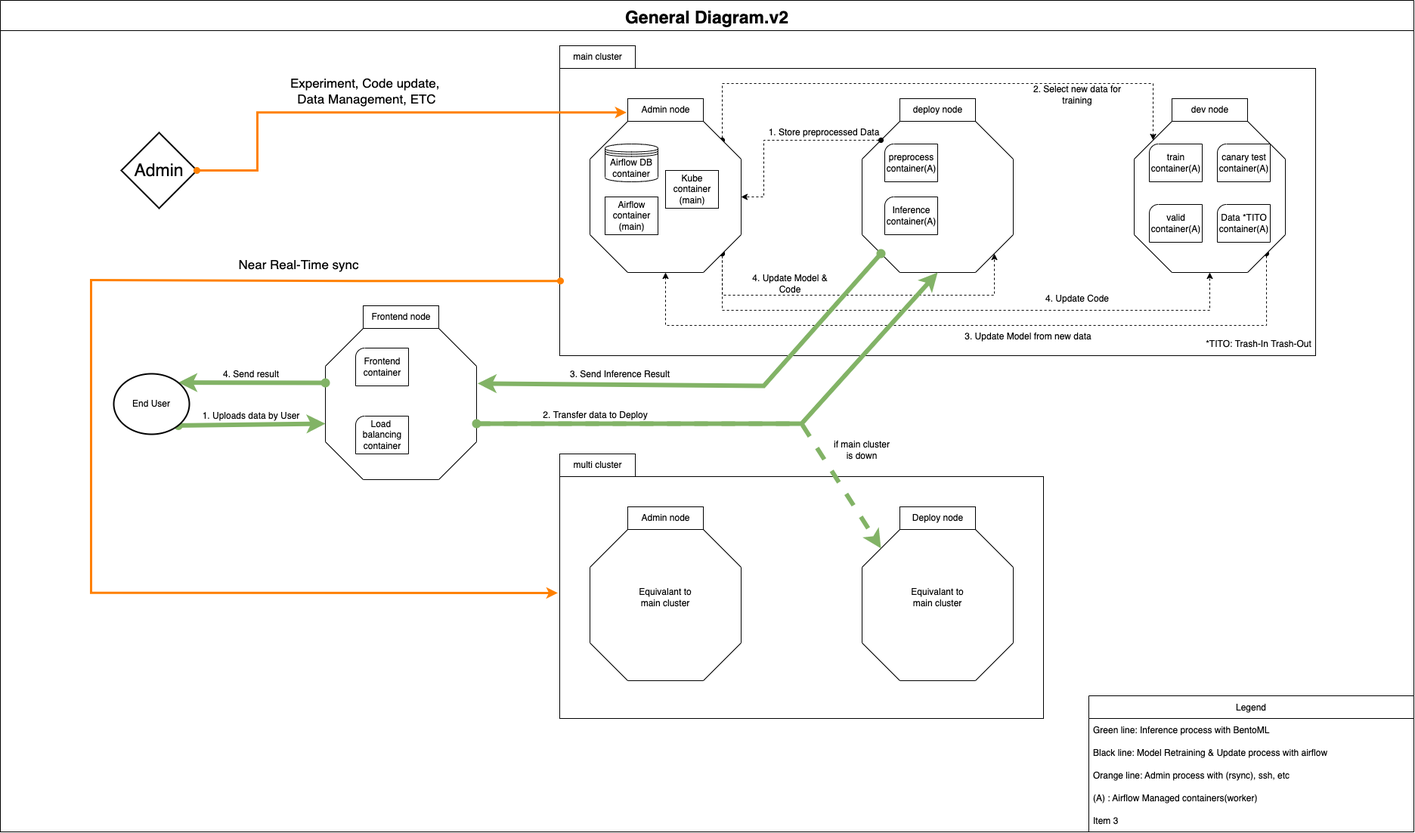
Above: resources/documents/General.v2.png in kmouleejunhyuk/MarchHare (draw.io), before the change. Source tidied: cells renumbered, new cells last; positions are measured from the earlier drawing's top-left corner, leaving out a move shared by most shapes.
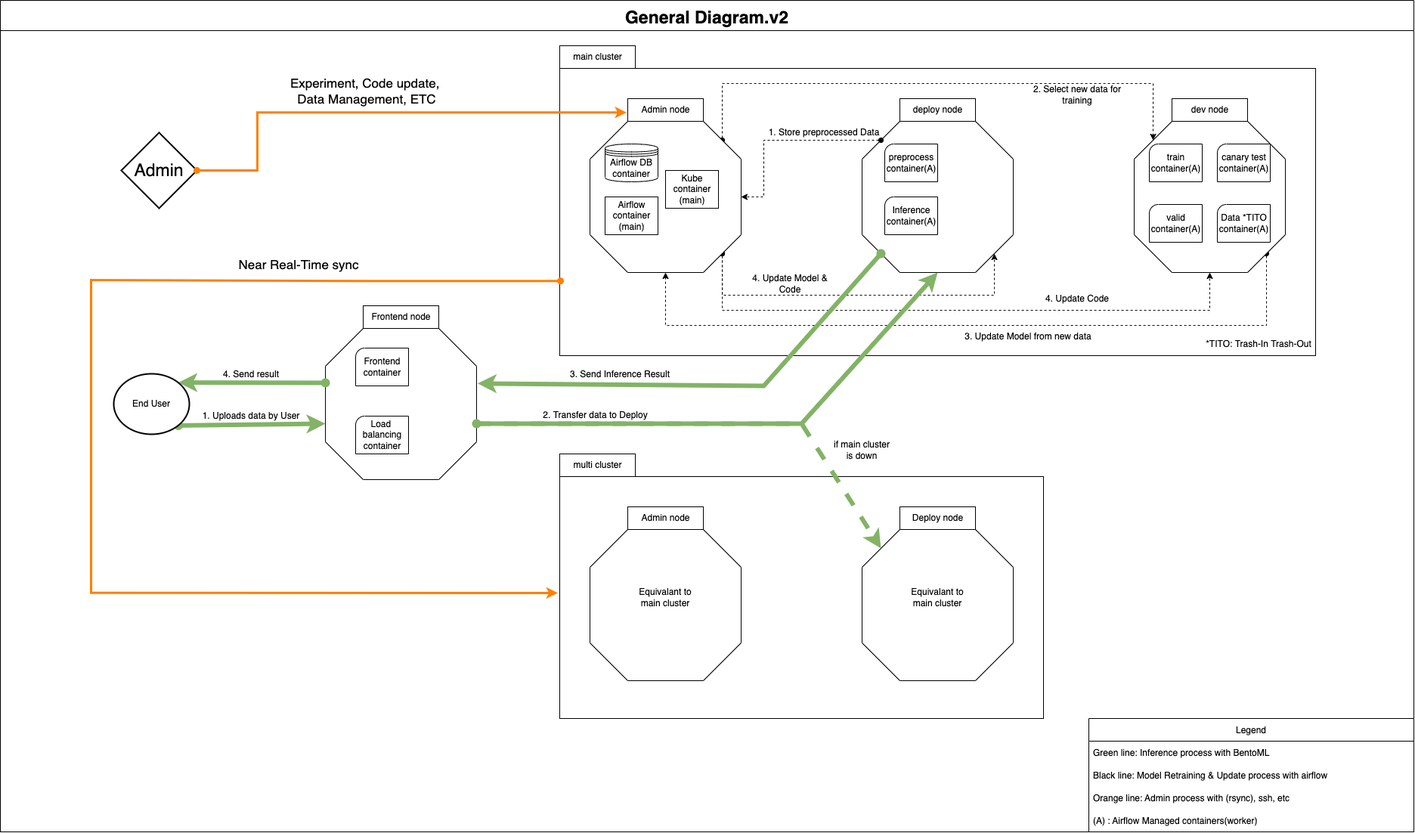
The same diagram one commit later.

The edit, as a diff of the source:
```diff
@@ -136,7 +136,7 @@
       <mxGeometry width="1870" height="1100" as="geometry" />
     </mxCell>
     <mxCell id="34" value="Legend" style="swimlane;fontStyle=0;horizontal=1;startSize=30;" parent="33" vertex="1">
-      <mxGeometry x="1440" y="920" width="430" height="180" as="geometry" />
+      <mxGeometry x="1440" y="950" width="430" height="150" as="geometry" />
     </mxCell>
     <mxCell id="35" value="Green line: Inference process with BentoML" style="text;strokeColor=none;fillColor=none;align=left;verticalAlign=middle;spacingLeft=4;spacingRight=4;overflow=hidden;" parent="34" vertex="1">
       <mxGeometry y="30" width="430" height="30" as="geometry" />
@@ -150,9 +150,6 @@
     <mxCell id="38" value="(A) : Airflow Managed containers(worker)" style="text;strokeColor=none;fillColor=none;align=left;verticalAlign=middle;spacingLeft=4;spacingRight=4;overflow=hidden;" parent="34" vertex="1">
       <mxGeometry y="120" width="430" height="30" as="geometry" />
     </mxCell>
-    <mxCell id="39" value="Item 3" style="text;strokeColor=none;fillColor=none;align=left;verticalAlign=middle;spacingLeft=4;spacingRight=4;overflow=hidden;" parent="34" vertex="1">
-      <mxGeometry y="150" width="430" height="30" as="geometry" />
-    </mxCell>
     <mxCell id="40" style="verticalLabelPosition=bottom;verticalAlign=top;html=1;shape=mxgraph.basic.rect;fillColor2=none;strokeWidth=1;size=20;indent=5;" parent="33" vertex="1">
       <mxGeometry x="740" y="630" width="640" height="320" as="geometry" />
     </mxCell>
```
